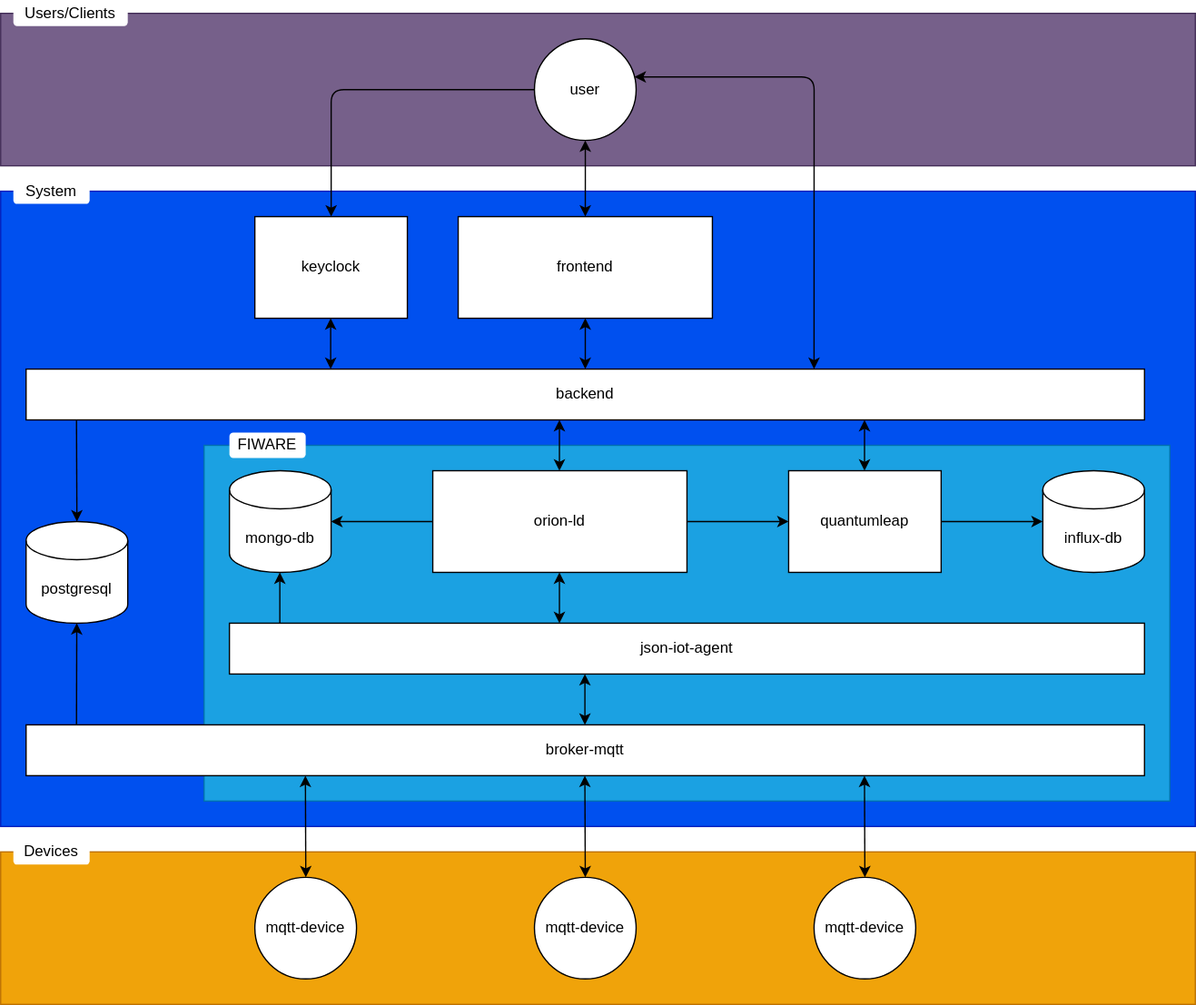
Earlier version of the draw.io export imgs/architecture.svg (LuizTakeda/masters-system). Source tidied: cells renumbered, new cells last; positions are measured from the earlier drawing's top-left corner, leaving out a move shared by most shapes.
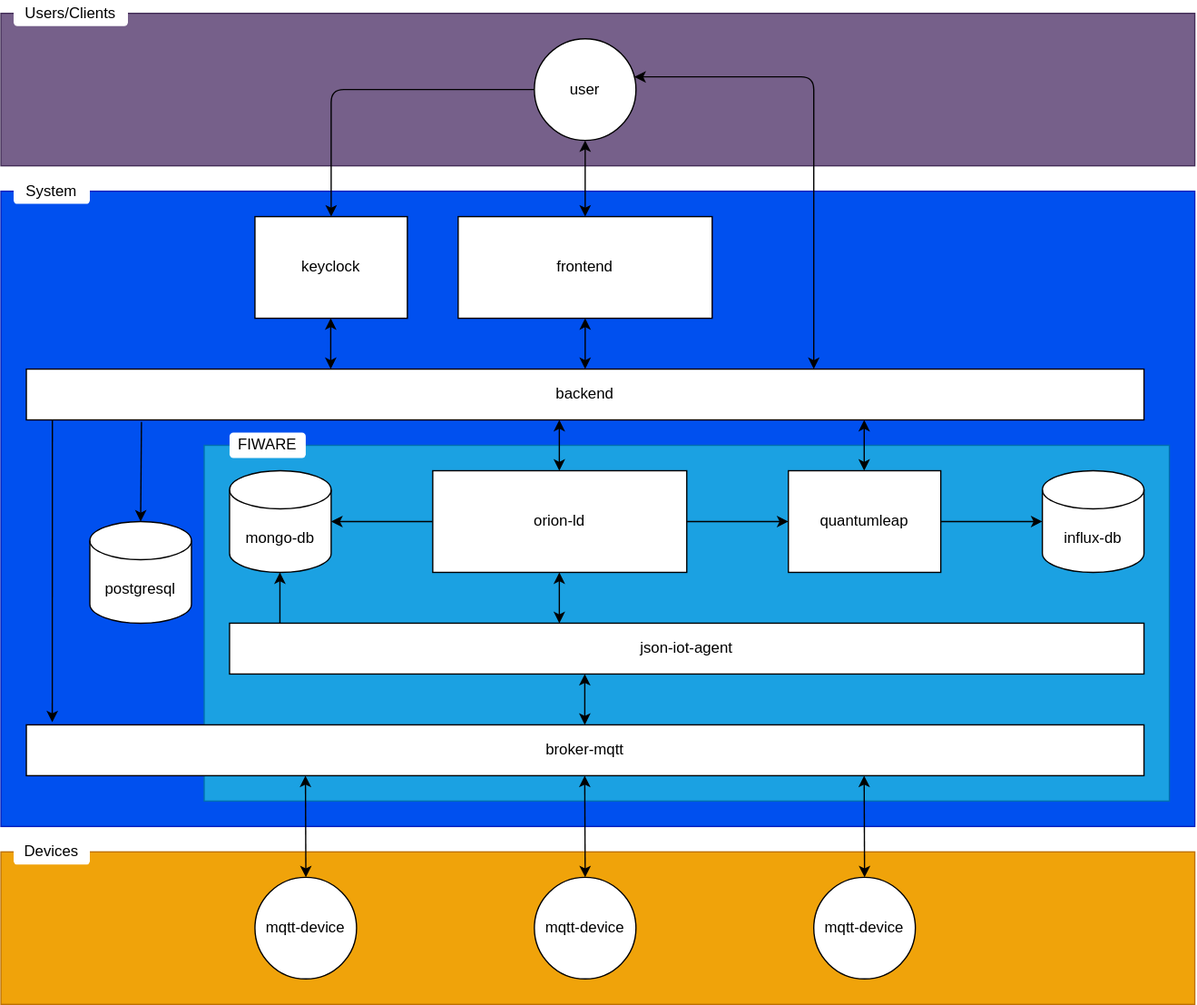
After the commit.

Commit message:
fix(core): update architecture

Diff of the diagram source:
```diff
@@ -55,7 +55,7 @@
       <mxGeometry x="340" y="370" width="200" height="80" as="geometry" />
     </mxCell>
     <mxCell id="16" value="postgresql" style="shape=cylinder3;whiteSpace=wrap;html=1;boundedLbl=1;backgroundOutline=1;size=15;" parent="1" vertex="1">
-      <mxGeometry x="20" y="410" width="80" height="80" as="geometry" />
+      <mxGeometry x="70" y="410" width="80" height="80" as="geometry" />
     </mxCell>
     <mxCell id="17" value="mongo-db" style="shape=cylinder3;whiteSpace=wrap;html=1;boundedLbl=1;backgroundOutline=1;size=15;" parent="1" vertex="1">
       <mxGeometry x="180" y="370" width="80" height="80" as="geometry" />
@@ -75,11 +75,6 @@
     <mxCell id="22" value="mqtt-device" style="ellipse;whiteSpace=wrap;html=1;" parent="1" vertex="1">
       <mxGeometry x="420" y="690" width="80" height="80" as="geometry" />
     </mxCell>
-    <mxCell id="23" style="edgeStyle=none;html=1;" parent="1" edge="1" target="16">
-      <mxGeometry relative="1" as="geometry">
-        <mxPoint x="59.7" y="570" as="sourcePoint" />
-      </mxGeometry>
-    </mxCell>
     <mxCell id="24" style="edgeStyle=none;html=1;" parent="1" edge="1">
       <mxGeometry relative="1" as="geometry">
         <mxPoint x="219.7" y="490" as="sourcePoint" />
@@ -108,10 +103,8 @@
         <mxPoint x="679.7" y="610" as="sourcePoint" />
       </mxGeometry>
     </mxCell>
-    <mxCell id="29" style="edgeStyle=none;html=1;startArrow=classic;startFill=1;exitX=0.5;exitY=0;exitDx=0;exitDy=0;exitPerimeter=0;endArrow=none;endFill=0;" parent="1" edge="1" source="16">
-      <mxGeometry relative="1" as="geometry">
-        <mxPoint x="59.7" y="330" as="targetPoint" />
-      </mxGeometry>
+    <mxCell id="29" style="edgeStyle=none;html=1;startArrow=classic;startFill=1;exitX=0.5;exitY=0;exitDx=0;exitDy=0;exitPerimeter=0;endArrow=none;endFill=0;entryX=0.103;entryY=1.039;entryDx=0;entryDy=0;entryPerimeter=0;" parent="1" edge="1" source="16" target="12">
+      <mxGeometry relative="1" as="geometry" />
     </mxCell>
     <mxCell id="30" style="edgeStyle=none;html=1;startArrow=classic;startFill=1;" parent="1" edge="1">
       <mxGeometry relative="1" as="geometry">
@@ -164,5 +157,11 @@
         <mxPoint x="459.7" y="570" as="targetPoint" />
       </mxGeometry>
     </mxCell>
+    <mxCell id="42" style="edgeStyle=none;html=1;startArrow=classic;startFill=1;exitX=0.043;exitY=0.84;exitDx=0;exitDy=0;exitPerimeter=0;endArrow=none;endFill=0;entryX=0.103;entryY=1.039;entryDx=0;entryDy=0;entryPerimeter=0;" parent="1" edge="1">
+      <mxGeometry relative="1" as="geometry">
+        <mxPoint x="40.4" y="568" as="sourcePoint" />
+        <mxPoint x="40.5" y="330" as="targetPoint" />
+      </mxGeometry>
+    </mxCell>
   </root>
 </mxGraphModel>
```
